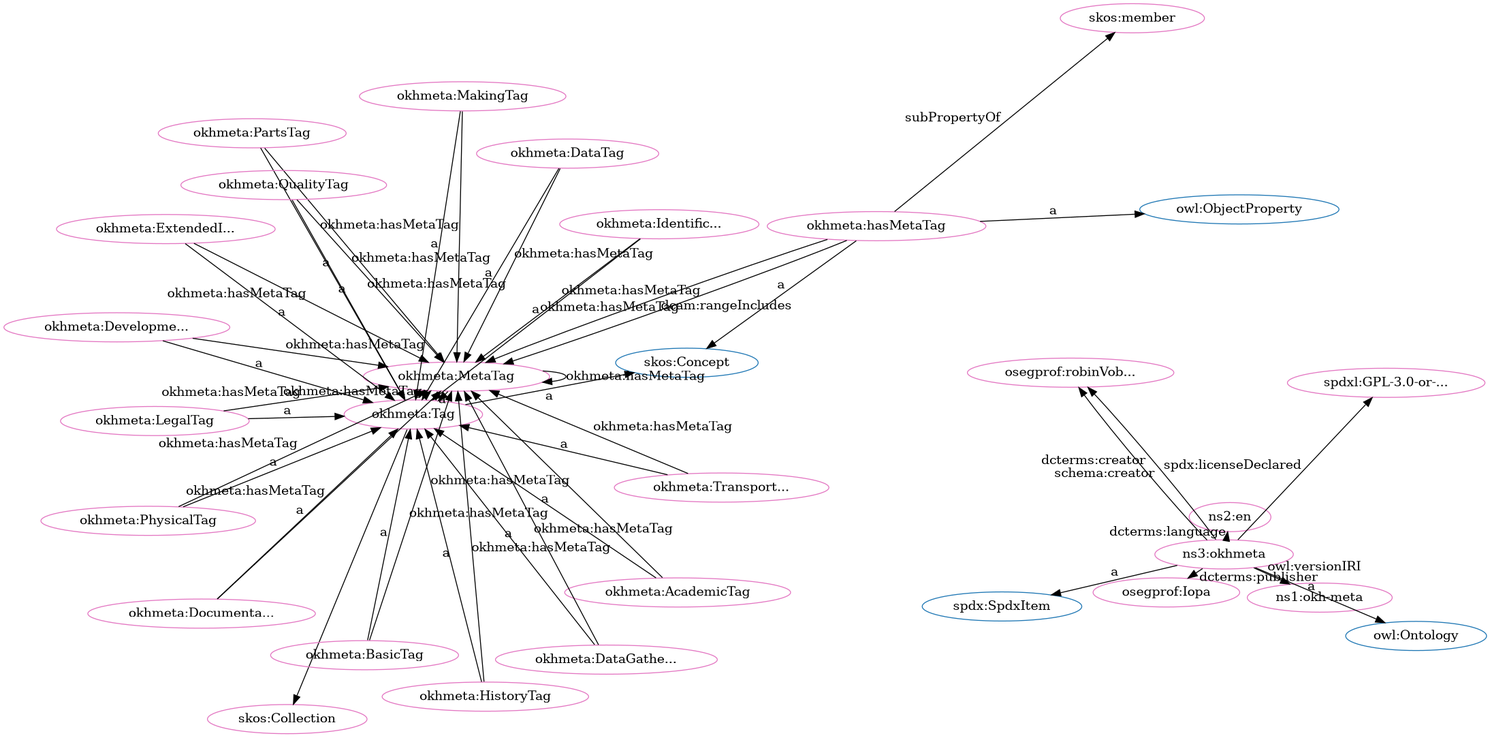
iop-alliance/OpenKnowHow keeps this Graphviz diagram as src/spec/fdp_okh-meta.png. Above is the earlier version. Its source is kept beside it as src/spec/fdp_okh-meta.dot.
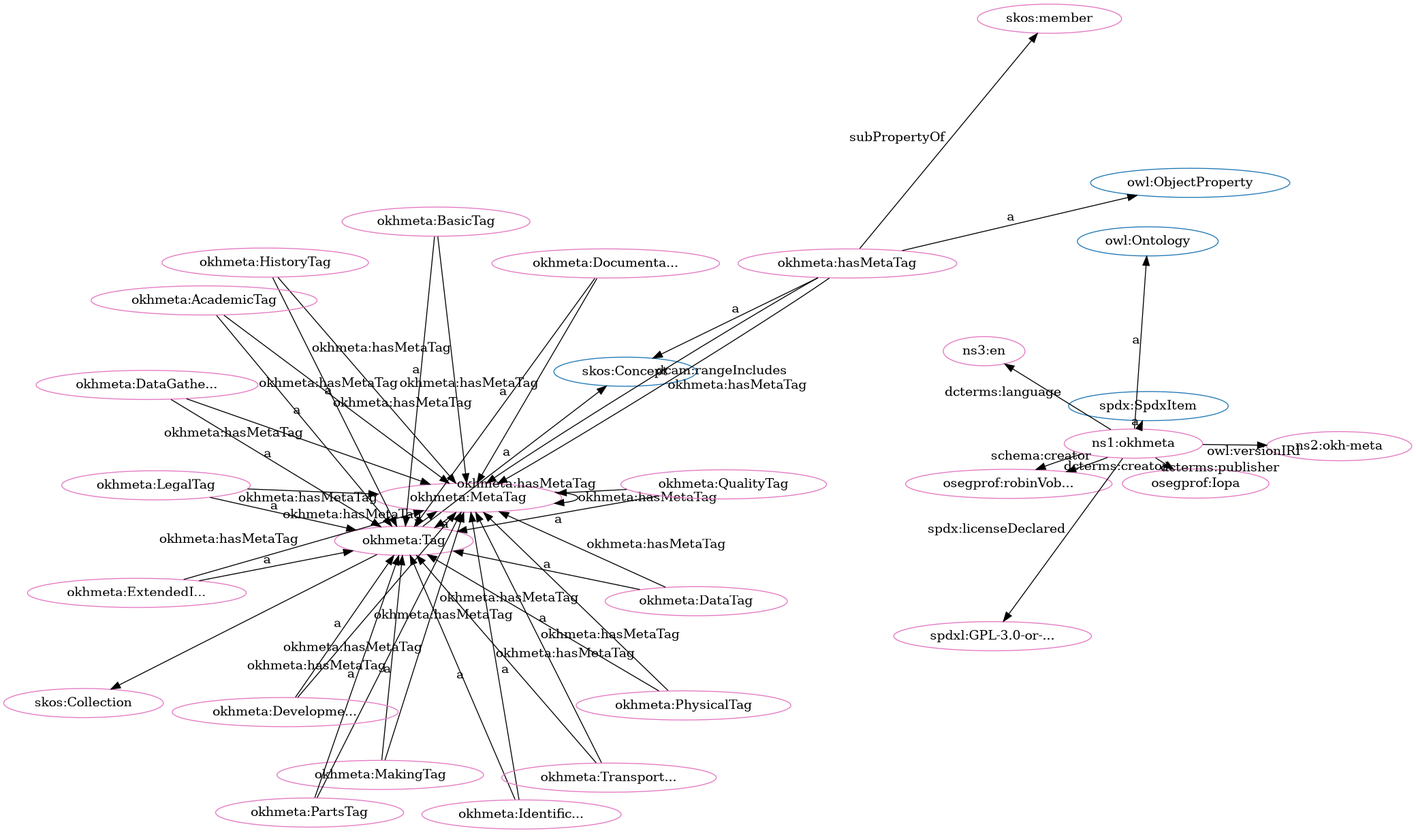
After the change.

What changed in the source:
```diff
@@ -1,84 +1,84 @@
 digraph G {
   rankdir=BT
   node[height=.3]
-"http://spdx.org/rdf/terms#SpdxItem" [fillcolor="#1f77b4" color="#1f77b4" label="spdx:SpdxItem"]
+"http://w3id.org/oseg/ont/okhmeta#Tag" [fillcolor="#1f77b4" color="#1f77b4" label="okhmeta:Tag"]
+"http://www.w3.org/2004/02/skos/core#Concept" [fillcolor="#1f77b4" color="#1f77b4" label="skos:Concept"]
 "http://www.w3.org/2004/02/skos/core#Collection" [fillcolor="#1f77b4" color="#1f77b4" label="skos:Collection"]
 "http://www.w3.org/2002/07/owl#Ontology" [fillcolor="#1f77b4" color="#1f77b4" label="owl:Ontology"]
-"http://w3id.org/oseg/ont/okhmeta#Tag" [fillcolor="#1f77b4" color="#1f77b4" label="okhmeta:Tag"]
 "http://www.w3.org/2002/07/owl#ObjectProperty" [fillcolor="#1f77b4" color="#1f77b4" label="owl:ObjectProperty"]
-"http://www.w3.org/2004/02/skos/core#Concept" [fillcolor="#1f77b4" color="#1f77b4" label="skos:Concept"]
+"http://spdx.org/rdf/terms#SpdxItem" [fillcolor="#1f77b4" color="#1f77b4" label="spdx:SpdxItem"]
 "http://w3id.org/oseg/ont/okhmeta#MetaTag" [fillcolor="#e377c2" color="#e377c2" label="okhmeta:MetaTag"]
-"http://w3id.org/oseg/ont/1.1.0/okh-meta" [fillcolor="#e377c2" color="#e377c2" label="ns1:okh-meta"]
+"http://w3id.org/oseg/ont/okhmeta#MakingTag" [fillcolor="#e377c2" color="#e377c2" label="okhmeta:MakingTag"]
+"http://w3id.org/oseg/ont/oseg-profiles#robinVobruba" [fillcolor="#e377c2" color="#e377c2" label="osegprof:robinVob..."]
+"http://w3id.org/oseg/ont/okhmeta#hasMetaTag" [fillcolor="#e377c2" color="#e377c2" label="okhmeta:hasMetaTag"]
+"http://w3id.org/oseg/ont/okhmeta" [fillcolor="#e377c2" color="#e377c2" label="ns1:okhmeta"]
+"http://w3id.org/oseg/ont/okhmeta#PhysicalTag" [fillcolor="#e377c2" color="#e377c2" label="okhmeta:PhysicalTag"]
+"http://w3id.org/oseg/ont/1.1.0/okh-meta" [fillcolor="#e377c2" color="#e377c2" label="ns2:okh-meta"]
+"http://w3id.org/oseg/ont/okhmeta#ExtendedInfoTag" [fillcolor="#e377c2" color="#e377c2" label="okhmeta:ExtendedI..."]
+"http://w3id.org/oseg/ont/okhmeta#QualityTag" [fillcolor="#e377c2" color="#e377c2" label="okhmeta:QualityTag"]
+"http://w3id.org/oseg/ont/okhmeta#IdentificationTag" [fillcolor="#e377c2" color="#e377c2" label="okhmeta:Identific..."]
+"http://w3id.org/oseg/ont/okhmeta#PartsTag" [fillcolor="#e377c2" color="#e377c2" label="okhmeta:PartsTag"]
+"http://www.w3.org/2004/02/skos/core#member" [fillcolor="#e377c2" color="#e377c2" label="skos:member"]
+"http://w3id.org/oseg/ont/okhmeta#DataGatheringTag" [fillcolor="#e377c2" color="#e377c2" label="okhmeta:DataGathe..."]
+"http://w3id.org/oseg/ont/okhmeta#BasicTag" [fillcolor="#e377c2" color="#e377c2" label="okhmeta:BasicTag"]
+"http://w3id.org/oseg/ont/okhmeta#TransportationTag" [fillcolor="#e377c2" color="#e377c2" label="okhmeta:Transport..."]
 "http://w3id.org/oseg/ont/okhmeta#DataTag" [fillcolor="#e377c2" color="#e377c2" label="okhmeta:DataTag"]
-"http://w3id.org/oseg/ont/okhmeta#TransportationTag" [fillcolor="#e377c2" color="#e377c2" label="okhmeta:Transport..."]
+"http://id.loc.gov/vocabulary/iso639-1/en" [fillcolor="#e377c2" color="#e377c2" label="ns3:en"]
+"http://www.w3.org/2004/02/skos/core#Collection" [fillcolor="#e377c2" color="#e377c2" label="skos:Collection"]
+"http://w3id.org/oseg/ont/okhmeta#DocumentationTag" [fillcolor="#e377c2" color="#e377c2" label="okhmeta:Documenta..."]
+"http://spdx.org/licenses/GPL-3.0-or-later" [fillcolor="#e377c2" color="#e377c2" label="spdxl:GPL-3.0-or-..."]
+"http://w3id.org/oseg/ont/okhmeta#LegalTag" [fillcolor="#e377c2" color="#e377c2" label="okhmeta:LegalTag"]
 "http://w3id.org/oseg/ont/okhmeta#Tag" [fillcolor="#e377c2" color="#e377c2" label="okhmeta:Tag"]
-"http://w3id.org/oseg/ont/okhmeta#PartsTag" [fillcolor="#e377c2" color="#e377c2" label="okhmeta:PartsTag"]
-"http://w3id.org/oseg/ont/okhmeta#QualityTag" [fillcolor="#e377c2" color="#e377c2" label="okhmeta:QualityTag"]
-"http://id.loc.gov/vocabulary/iso639-1/en" [fillcolor="#e377c2" color="#e377c2" label="ns2:en"]
-"http://w3id.org/oseg/ont/okhmeta#BasicTag" [fillcolor="#e377c2" color="#e377c2" label="okhmeta:BasicTag"]
-"http://www.w3.org/2004/02/skos/core#member" [fillcolor="#e377c2" color="#e377c2" label="skos:member"]
-"http://w3id.org/oseg/ont/okhmeta#DevelopmentTag" [fillcolor="#e377c2" color="#e377c2" label="okhmeta:Developme..."]
-"http://w3id.org/oseg/ont/okhmeta#IdentificationTag" [fillcolor="#e377c2" color="#e377c2" label="okhmeta:Identific..."]
-"http://spdx.org/licenses/GPL-3.0-or-later" [fillcolor="#e377c2" color="#e377c2" label="spdxl:GPL-3.0-or-..."]
-"http://w3id.org/oseg/ont/oseg-profiles#robinVobruba" [fillcolor="#e377c2" color="#e377c2" label="osegprof:robinVob..."]
-"http://w3id.org/oseg/ont/okhmeta#MakingTag" [fillcolor="#e377c2" color="#e377c2" label="okhmeta:MakingTag"]
-"http://www.w3.org/2004/02/skos/core#Collection" [fillcolor="#e377c2" color="#e377c2" label="skos:Collection"]
-"http://w3id.org/oseg/ont/okhmeta#hasMetaTag" [fillcolor="#e377c2" color="#e377c2" label="okhmeta:hasMetaTag"]
+"http://w3id.org/oseg/ont/okhmeta#HistoryTag" [fillcolor="#e377c2" color="#e377c2" label="okhmeta:HistoryTag"]
 "http://w3id.org/oseg/ont/oseg-profiles#Iopa" [fillcolor="#e377c2" color="#e377c2" label="osegprof:Iopa"]
 "http://w3id.org/oseg/ont/okhmeta#AcademicTag" [fillcolor="#e377c2" color="#e377c2" label="okhmeta:AcademicTag"]
-"http://w3id.org/oseg/ont/okhmeta#HistoryTag" [fillcolor="#e377c2" color="#e377c2" label="okhmeta:HistoryTag"]
-"http://w3id.org/oseg/ont/okhmeta" [fillcolor="#e377c2" color="#e377c2" label="ns3:okhmeta"]
-"http://w3id.org/oseg/ont/okhmeta#PhysicalTag" [fillcolor="#e377c2" color="#e377c2" label="okhmeta:PhysicalTag"]
-"http://w3id.org/oseg/ont/okhmeta#DocumentationTag" [fillcolor="#e377c2" color="#e377c2" label="okhmeta:Documenta..."]
-"http://w3id.org/oseg/ont/okhmeta#LegalTag" [fillcolor="#e377c2" color="#e377c2" label="okhmeta:LegalTag"]
-"http://w3id.org/oseg/ont/okhmeta#ExtendedInfoTag" [fillcolor="#e377c2" color="#e377c2" label="okhmeta:ExtendedI..."]
-"http://w3id.org/oseg/ont/okhmeta#DataGatheringTag" [fillcolor="#e377c2" color="#e377c2" label="okhmeta:DataGathe..."]
-  "http://w3id.org/oseg/ont/okhmeta" -> "http://w3id.org/oseg/ont/1.1.0/okh-meta" [label="owl:versionIRI"]
-  "http://w3id.org/oseg/ont/okhmeta#DataTag" -> "http://w3id.org/oseg/ont/okhmeta#Tag" [label="a"]
-  "http://w3id.org/oseg/ont/okhmeta#TransportationTag" -> "http://w3id.org/oseg/ont/okhmeta#Tag" [label="a"]
-  "http://w3id.org/oseg/ont/okhmeta#PartsTag" -> "http://w3id.org/oseg/ont/okhmeta#Tag" [label="a"]
-  "http://w3id.org/oseg/ont/okhmeta#LegalTag" -> "http://w3id.org/oseg/ont/okhmeta#MetaTag" [label="okhmeta:hasMetaTag"]
-  "http://w3id.org/oseg/ont/okhmeta#QualityTag" -> "http://w3id.org/oseg/ont/okhmeta#Tag" [label="a"]
-  "http://w3id.org/oseg/ont/okhmeta#ExtendedInfoTag" -> "http://w3id.org/oseg/ont/okhmeta#MetaTag" [label="okhmeta:hasMetaTag"]
-  "http://w3id.org/oseg/ont/okhmeta#BasicTag" -> "http://w3id.org/oseg/ont/okhmeta#Tag" [label="a"]
-  "http://w3id.org/oseg/ont/okhmeta#IdentificationTag" -> "http://w3id.org/oseg/ont/okhmeta#MetaTag" [label="okhmeta:hasMetaTag"]
-  "http://w3id.org/oseg/ont/okhmeta#DataGatheringTag" -> "http://w3id.org/oseg/ont/okhmeta#MetaTag" [label="okhmeta:hasMetaTag"]
-  "http://w3id.org/oseg/ont/okhmeta#DevelopmentTag" -> "http://w3id.org/oseg/ont/okhmeta#Tag" [label="a"]
-  "http://w3id.org/oseg/ont/okhmeta" -> "http://spdx.org/licenses/GPL-3.0-or-later" [label="spdx:licenseDeclared"]
-  "http://w3id.org/oseg/ont/okhmeta#hasMetaTag" -> "http://w3id.org/oseg/ont/okhmeta#MetaTag" [label="okhmeta:hasMetaTag"]
-  "http://w3id.org/oseg/ont/okhmeta#hasMetaTag" -> "http://w3id.org/oseg/ont/okhmeta#MetaTag" [label="dcam:rangeIncludes"]
-  "http://w3id.org/oseg/ont/okhmeta#hasMetaTag" -> "http://www.w3.org/2002/07/owl#ObjectProperty" [label="a"]
-  "http://w3id.org/oseg/ont/okhmeta" -> "http://w3id.org/oseg/ont/oseg-profiles#Iopa" [label="dcterms:publisher"]
-  "http://w3id.org/oseg/ont/okhmeta#AcademicTag" -> "http://w3id.org/oseg/ont/okhmeta#Tag" [label="a"]
-  "http://w3id.org/oseg/ont/okhmeta#MetaTag" -> "http://w3id.org/oseg/ont/okhmeta#Tag" [label="a"]
-  "http://w3id.org/oseg/ont/okhmeta#LegalTag" -> "http://w3id.org/oseg/ont/okhmeta#Tag" [label="a"]
+"http://w3id.org/oseg/ont/okhmeta#DevelopmentTag" [fillcolor="#e377c2" color="#e377c2" label="okhmeta:Developme..."]
   "http://w3id.org/oseg/ont/okhmeta#MakingTag" -> "http://w3id.org/oseg/ont/okhmeta#MetaTag" [label="okhmeta:hasMetaTag"]
-  "http://w3id.org/oseg/ont/okhmeta#ExtendedInfoTag" -> "http://w3id.org/oseg/ont/okhmeta#Tag" [label="a"]
-  "http://w3id.org/oseg/ont/okhmeta#HistoryTag" -> "http://w3id.org/oseg/ont/okhmeta#MetaTag" [label="okhmeta:hasMetaTag"]
-  "http://w3id.org/oseg/ont/okhmeta#DataGatheringTag" -> "http://w3id.org/oseg/ont/okhmeta#Tag" [label="a"]
-  "http://w3id.org/oseg/ont/okhmeta#PhysicalTag" -> "http://w3id.org/oseg/ont/okhmeta#MetaTag" [label="okhmeta:hasMetaTag"]
-  "http://w3id.org/oseg/ont/okhmeta#DocumentationTag" -> "http://w3id.org/oseg/ont/okhmeta#MetaTag" [label="okhmeta:hasMetaTag"]
-  "http://w3id.org/oseg/ont/okhmeta#MetaTag" -> "http://w3id.org/oseg/ont/okhmeta#MetaTag" [label="okhmeta:hasMetaTag"]
-  "http://w3id.org/oseg/ont/okhmeta#DataTag" -> "http://w3id.org/oseg/ont/okhmeta#MetaTag" [label="okhmeta:hasMetaTag"]
-  "http://w3id.org/oseg/ont/okhmeta#Tag" -> "http://www.w3.org/2004/02/skos/core#Concept" [label="a"]
-  "http://w3id.org/oseg/ont/okhmeta" -> "http://id.loc.gov/vocabulary/iso639-1/en" [label="dcterms:language"]
-  "http://w3id.org/oseg/ont/okhmeta#DevelopmentTag" -> "http://w3id.org/oseg/ont/okhmeta#MetaTag" [label="okhmeta:hasMetaTag"]
-  "http://w3id.org/oseg/ont/okhmeta#hasMetaTag" -> "http://www.w3.org/2004/02/skos/core#member" [label="subPropertyOf"]
-  "http://w3id.org/oseg/ont/okhmeta#IdentificationTag" -> "http://w3id.org/oseg/ont/okhmeta#Tag" [label="a"]
-  "http://w3id.org/oseg/ont/okhmeta" -> "http://w3id.org/oseg/ont/oseg-profiles#robinVobruba" [label="dcterms:creator"]
   "http://w3id.org/oseg/ont/okhmeta#MakingTag" -> "http://w3id.org/oseg/ont/okhmeta#Tag" [label="a"]
-  "http://w3id.org/oseg/ont/okhmeta#Tag" -> "http://www.w3.org/2004/02/skos/core#Collection" [label=""]
-  "http://w3id.org/oseg/ont/okhmeta#TransportationTag" -> "http://w3id.org/oseg/ont/okhmeta#MetaTag" [label="okhmeta:hasMetaTag"]
-  "http://w3id.org/oseg/ont/okhmeta#PartsTag" -> "http://w3id.org/oseg/ont/okhmeta#MetaTag" [label="okhmeta:hasMetaTag"]
-  "http://w3id.org/oseg/ont/okhmeta#HistoryTag" -> "http://w3id.org/oseg/ont/okhmeta#Tag" [label="a"]
+  "http://w3id.org/oseg/ont/okhmeta" -> "http://w3id.org/oseg/ont/oseg-profiles#robinVobruba" [label="schema:creator"]
   "http://w3id.org/oseg/ont/okhmeta" -> "http://www.w3.org/2002/07/owl#Ontology" [label="a"]
   "http://w3id.org/oseg/ont/okhmeta#PhysicalTag" -> "http://w3id.org/oseg/ont/okhmeta#Tag" [label="a"]
+  "http://w3id.org/oseg/ont/okhmeta" -> "http://w3id.org/oseg/ont/1.1.0/okh-meta" [label="owl:versionIRI"]
+  "http://w3id.org/oseg/ont/okhmeta#IdentificationTag" -> "http://w3id.org/oseg/ont/okhmeta#Tag" [label="a"]
+  "http://w3id.org/oseg/ont/okhmeta#MetaTag" -> "http://w3id.org/oseg/ont/okhmeta#Tag" [label="a"]
+  "http://w3id.org/oseg/ont/okhmeta#BasicTag" -> "http://w3id.org/oseg/ont/okhmeta#Tag" [label="a"]
+  "http://w3id.org/oseg/ont/okhmeta#TransportationTag" -> "http://w3id.org/oseg/ont/okhmeta#MetaTag" [label="okhmeta:hasMetaTag"]
+  "http://w3id.org/oseg/ont/okhmeta#TransportationTag" -> "http://w3id.org/oseg/ont/okhmeta#Tag" [label="a"]
+  "http://w3id.org/oseg/ont/okhmeta" -> "http://w3id.org/oseg/ont/oseg-profiles#robinVobruba" [label="dcterms:creator"]
+  "http://w3id.org/oseg/ont/okhmeta" -> "http://id.loc.gov/vocabulary/iso639-1/en" [label="dcterms:language"]
+  "http://w3id.org/oseg/ont/okhmeta#hasMetaTag" -> "http://www.w3.org/2004/02/skos/core#Concept" [label="a"]
+  "http://w3id.org/oseg/ont/okhmeta#Tag" -> "http://www.w3.org/2004/02/skos/core#Collection" [label=""]
+  "http://w3id.org/oseg/ont/okhmeta#PhysicalTag" -> "http://w3id.org/oseg/ont/okhmeta#MetaTag" [label="okhmeta:hasMetaTag"]
+  "http://w3id.org/oseg/ont/okhmeta#Tag" -> "http://w3id.org/oseg/ont/okhmeta#MetaTag" [label="okhmeta:hasMetaTag"]
+  "http://w3id.org/oseg/ont/okhmeta#IdentificationTag" -> "http://w3id.org/oseg/ont/okhmeta#MetaTag" [label="okhmeta:hasMetaTag"]
+  "http://w3id.org/oseg/ont/okhmeta#HistoryTag" -> "http://w3id.org/oseg/ont/okhmeta#Tag" [label="a"]
+  "http://w3id.org/oseg/ont/okhmeta" -> "http://w3id.org/oseg/ont/oseg-profiles#Iopa" [label="dcterms:publisher"]
+  "http://w3id.org/oseg/ont/okhmeta#MetaTag" -> "http://w3id.org/oseg/ont/okhmeta#MetaTag" [label="okhmeta:hasMetaTag"]
+  "http://w3id.org/oseg/ont/okhmeta#AcademicTag" -> "http://w3id.org/oseg/ont/okhmeta#Tag" [label="a"]
+  "http://w3id.org/oseg/ont/okhmeta#DevelopmentTag" -> "http://w3id.org/oseg/ont/okhmeta#Tag" [label="a"]
+  "http://w3id.org/oseg/ont/okhmeta#BasicTag" -> "http://w3id.org/oseg/ont/okhmeta#MetaTag" [label="okhmeta:hasMetaTag"]
+  "http://w3id.org/oseg/ont/okhmeta#hasMetaTag" -> "http://www.w3.org/2002/07/owl#ObjectProperty" [label="a"]
+  "http://w3id.org/oseg/ont/okhmeta#ExtendedInfoTag" -> "http://w3id.org/oseg/ont/okhmeta#MetaTag" [label="okhmeta:hasMetaTag"]
+  "http://w3id.org/oseg/ont/okhmeta#ExtendedInfoTag" -> "http://w3id.org/oseg/ont/okhmeta#Tag" [label="a"]
+  "http://w3id.org/oseg/ont/okhmeta#QualityTag" -> "http://w3id.org/oseg/ont/okhmeta#Tag" [label="a"]
+  "http://w3id.org/oseg/ont/okhmeta#PartsTag" -> "http://w3id.org/oseg/ont/okhmeta#MetaTag" [label="okhmeta:hasMetaTag"]
+  "http://w3id.org/oseg/ont/okhmeta#PartsTag" -> "http://w3id.org/oseg/ont/okhmeta#Tag" [label="a"]
+  "http://w3id.org/oseg/ont/okhmeta#DevelopmentTag" -> "http://w3id.org/oseg/ont/okhmeta#MetaTag" [label="okhmeta:hasMetaTag"]
+  "http://w3id.org/oseg/ont/okhmeta#DataGatheringTag" -> "http://w3id.org/oseg/ont/okhmeta#MetaTag" [label="okhmeta:hasMetaTag"]
+  "http://w3id.org/oseg/ont/okhmeta#hasMetaTag" -> "http://www.w3.org/2004/02/skos/core#member" [label="subPropertyOf"]
+  "http://w3id.org/oseg/ont/okhmeta#DataGatheringTag" -> "http://w3id.org/oseg/ont/okhmeta#Tag" [label="a"]
+  "http://w3id.org/oseg/ont/okhmeta#AcademicTag" -> "http://w3id.org/oseg/ont/okhmeta#MetaTag" [label="okhmeta:hasMetaTag"]
+  "http://w3id.org/oseg/ont/okhmeta#DataTag" -> "http://w3id.org/oseg/ont/okhmeta#Tag" [label="a"]
+  "http://w3id.org/oseg/ont/okhmeta#hasMetaTag" -> "http://w3id.org/oseg/ont/okhmeta#MetaTag" [label="okhmeta:hasMetaTag"]
+  "http://w3id.org/oseg/ont/okhmeta#DocumentationTag" -> "http://w3id.org/oseg/ont/okhmeta#MetaTag" [label="okhmeta:hasMetaTag"]
+  "http://w3id.org/oseg/ont/okhmeta#DocumentationTag" -> "http://w3id.org/oseg/ont/okhmeta#Tag" [label="a"]
+  "http://w3id.org/oseg/ont/okhmeta" -> "http://spdx.org/licenses/GPL-3.0-or-later" [label="spdx:licenseDeclared"]
+  "http://w3id.org/oseg/ont/okhmeta#LegalTag" -> "http://w3id.org/oseg/ont/okhmeta#MetaTag" [label="okhmeta:hasMetaTag"]
+  "http://w3id.org/oseg/ont/okhmeta#LegalTag" -> "http://w3id.org/oseg/ont/okhmeta#Tag" [label="a"]
+  "http://w3id.org/oseg/ont/okhmeta#Tag" -> "http://www.w3.org/2004/02/skos/core#Concept" [label="a"]
+  "http://w3id.org/oseg/ont/okhmeta#hasMetaTag" -> "http://w3id.org/oseg/ont/okhmeta#MetaTag" [label="dcam:rangeIncludes"]
   "http://w3id.org/oseg/ont/okhmeta#QualityTag" -> "http://w3id.org/oseg/ont/okhmeta#MetaTag" [label="okhmeta:hasMetaTag"]
-  "http://w3id.org/oseg/ont/okhmeta#DocumentationTag" -> "http://w3id.org/oseg/ont/okhmeta#Tag" [label="a"]
-  "http://w3id.org/oseg/ont/okhmeta#BasicTag" -> "http://w3id.org/oseg/ont/okhmeta#MetaTag" [label="okhmeta:hasMetaTag"]
-  "http://w3id.org/oseg/ont/okhmeta#Tag" -> "http://w3id.org/oseg/ont/okhmeta#MetaTag" [label="okhmeta:hasMetaTag"]
-  "http://w3id.org/oseg/ont/okhmeta" -> "http://w3id.org/oseg/ont/oseg-profiles#robinVobruba" [label="schema:creator"]
-  "http://w3id.org/oseg/ont/okhmeta#hasMetaTag" -> "http://www.w3.org/2004/02/skos/core#Concept" [label="a"]
-  "http://w3id.org/oseg/ont/okhmeta#AcademicTag" -> "http://w3id.org/oseg/ont/okhmeta#MetaTag" [label="okhmeta:hasMetaTag"]
+  "http://w3id.org/oseg/ont/okhmeta#HistoryTag" -> "http://w3id.org/oseg/ont/okhmeta#MetaTag" [label="okhmeta:hasMetaTag"]
   "http://w3id.org/oseg/ont/okhmeta" -> "http://spdx.org/rdf/terms#SpdxItem" [label="a"]
+  "http://w3id.org/oseg/ont/okhmeta#DataTag" -> "http://w3id.org/oseg/ont/okhmeta#MetaTag" [label="okhmeta:hasMetaTag"]
 }
```
